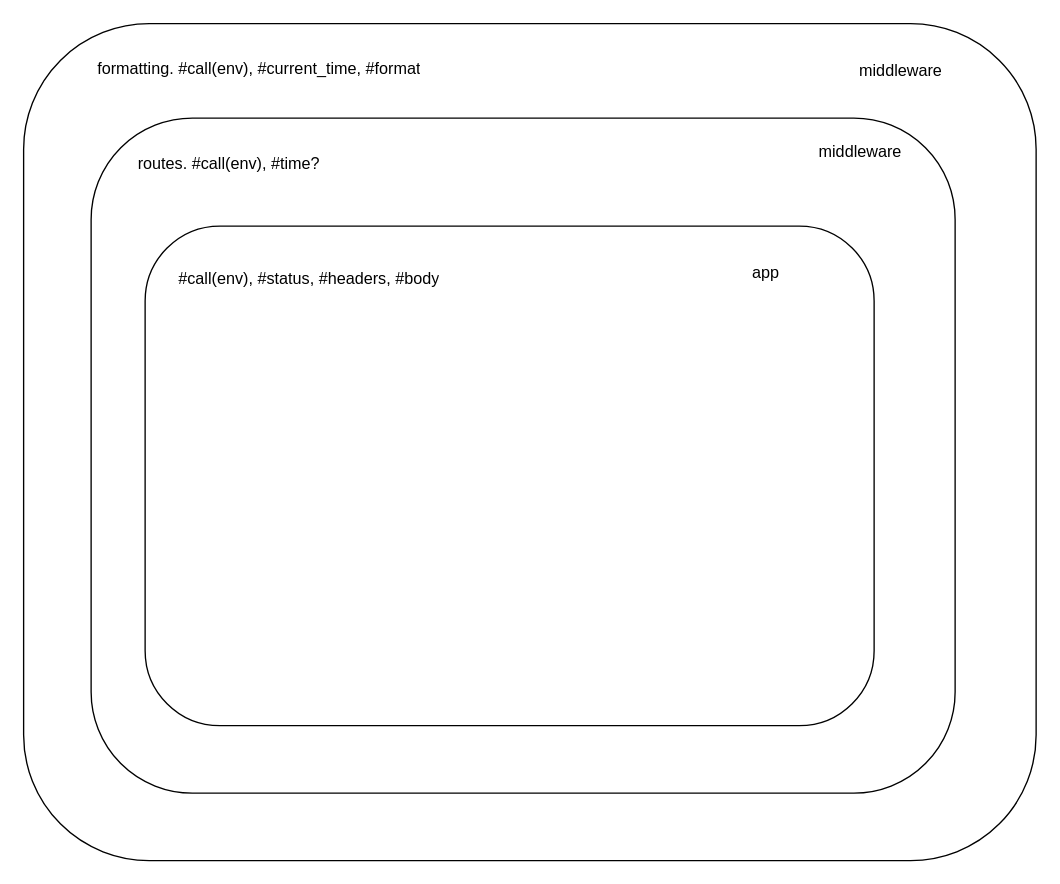
Before: rack_time_format.drawio in DaniyarKulmanov/simple_rack_app, a draw.io diagram. Source tidied: cells renumbered, new cells numbered last; positions are measured from the earlier drawing's top-left corner, leaving out a move shared by most shapes. Both pictures are drawn from the tidied source at 135%, with x=0, y=0 at pixel (23, 23).
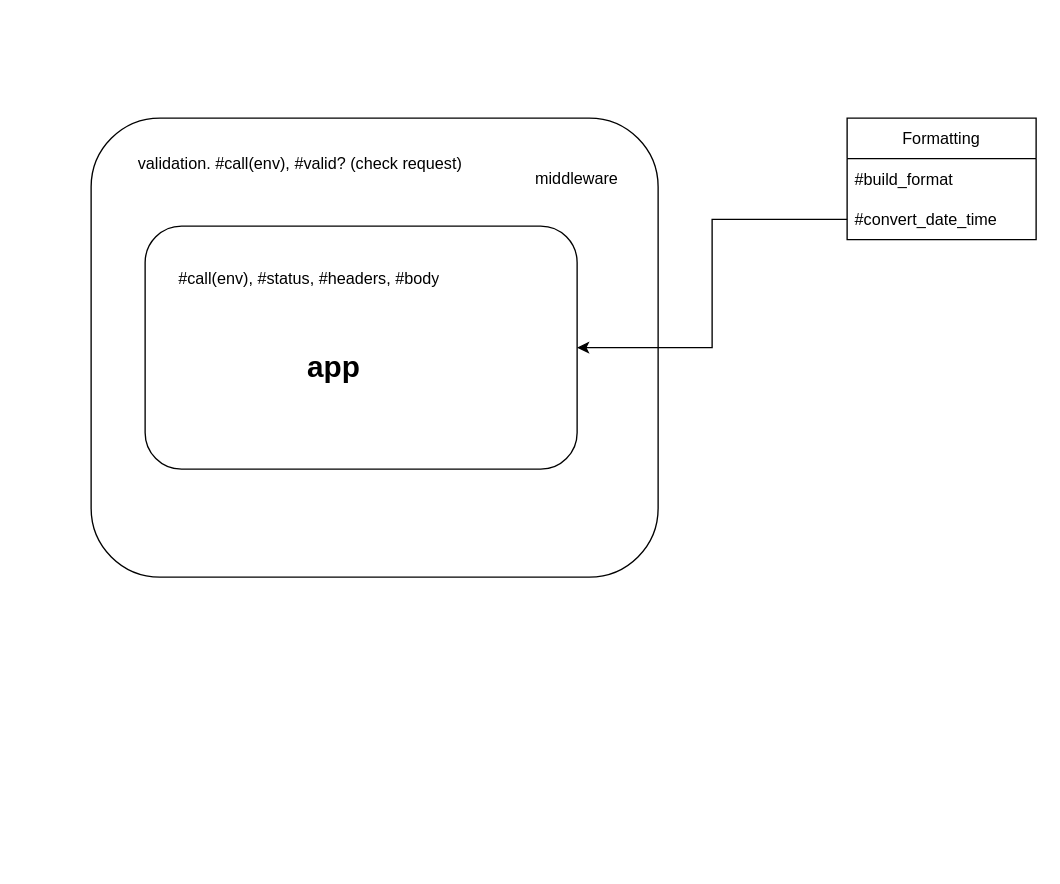
The same page after the edit.

What changed in the source:
```diff
@@
 <mxGraphModel>
   <root>
     <mxCell id="0" />
     <mxCell id="1" parent="0" />
-    <mxCell id="2" style="rounded=1;whiteSpace=wrap;html=1;" parent="1" vertex="1">
-      <mxGeometry width="750" height="620" as="geometry" />
-    </mxCell>
-    <mxCell id="3" value="middleware" style="text;html=1;strokeColor=none;fillColor=none;align=center;verticalAlign=middle;whiteSpace=wrap;rounded=0;" parent="1" vertex="1">
-      <mxGeometry x="590" y="20" width="120" height="30" as="geometry" />
-    </mxCell>
     <mxCell id="4" style="rounded=1;whiteSpace=wrap;html=1;" parent="1" vertex="1">
-      <mxGeometry x="50" y="70" width="640" height="500" as="geometry" />
+      <mxGeometry x="50" y="70" width="420" height="340" as="geometry" />
     </mxCell>
-    <mxCell id="5" value="&lt;h1&gt;&lt;span style=&quot;font-size: 12px ; font-weight: 400&quot;&gt;routes. #call(env), #time?&lt;/span&gt;&lt;br&gt;&lt;/h1&gt;" style="text;html=1;strokeColor=none;fillColor=none;spacing=5;spacingTop=-20;whiteSpace=wrap;overflow=hidden;rounded=0;" parent="1" vertex="1">
+    <mxCell id="5" value="&lt;h1&gt;&lt;span style=&quot;font-size: 12px ; font-weight: 400&quot;&gt;validation. #call(env), #valid? (check request)&lt;/span&gt;&lt;br&gt;&lt;/h1&gt;" style="text;html=1;strokeColor=none;fillColor=none;spacing=5;spacingTop=-20;whiteSpace=wrap;overflow=hidden;rounded=0;" parent="1" vertex="1">
       <mxGeometry x="80" y="80" width="500" height="40" as="geometry" />
     </mxCell>
-    <mxCell id="6" value="&lt;h1&gt;&lt;span style=&quot;font-size: 12px ; font-weight: 400&quot;&gt;formatting. #call(env), #current_time, #format&lt;/span&gt;&lt;br&gt;&lt;/h1&gt;" style="text;html=1;strokeColor=none;fillColor=none;spacing=5;spacingTop=-20;whiteSpace=wrap;overflow=hidden;rounded=0;" parent="1" vertex="1">
-      <mxGeometry x="50" y="10" width="500" height="40" as="geometry" />
-    </mxCell>
     <mxCell id="7" value="middleware" style="text;html=1;strokeColor=none;fillColor=none;align=center;verticalAlign=middle;whiteSpace=wrap;rounded=0;" parent="1" vertex="1">
-      <mxGeometry x="560" y="80" width="120" height="30" as="geometry" />
+      <mxGeometry x="350" y="100" width="120" height="30" as="geometry" />
     </mxCell>
     <mxCell id="8" style="rounded=1;whiteSpace=wrap;html=1;" parent="1" vertex="1">
-      <mxGeometry x="90" y="150" width="540" height="370" as="geometry" />
+      <mxGeometry x="90" y="150" width="320" height="180" as="geometry" />
     </mxCell>
-    <mxCell id="9" value="app" style="text;html=1;strokeColor=none;fillColor=none;align=center;verticalAlign=middle;whiteSpace=wrap;rounded=0;" parent="1" vertex="1">
-      <mxGeometry x="490" y="170" width="120" height="30" as="geometry" />
+    <mxCell id="9" value="app" style="text;html=1;strokeColor=none;fillColor=none;align=center;verticalAlign=middle;whiteSpace=wrap;rounded=0;fontSize=22;fontStyle=1;" parent="1" vertex="1">
+      <mxGeometry x="170" y="240" width="120" height="30" as="geometry" />
     </mxCell>
     <mxCell id="10" value="&lt;h1&gt;&lt;span style=&quot;font-size: 12px ; font-weight: 400&quot;&gt;#call(env), #status, #headers, #body&lt;/span&gt;&lt;br&gt;&lt;/h1&gt;" style="text;html=1;strokeColor=none;fillColor=none;spacing=5;spacingTop=-20;whiteSpace=wrap;overflow=hidden;rounded=0;" parent="1" vertex="1">
-      <mxGeometry x="110" y="165" width="500" height="40" as="geometry" />
+      <mxGeometry x="110" y="165" width="270" height="45" as="geometry" />
     </mxCell>
+    <mxCell id="11" value="Formatting" style="swimlane;fontStyle=0;horizontal=1;startSize=30;" parent="1" vertex="1">
+      <mxGeometry x="610" y="70" width="140" height="90" as="geometry" />
+    </mxCell>
+    <mxCell id="12" value="#build_format" style="text;strokeColor=none;fillColor=none;align=left;verticalAlign=middle;spacingLeft=4;spacingRight=4;overflow=hidden;" parent="11" vertex="1">
+      <mxGeometry y="30" width="140" height="30" as="geometry" />
+    </mxCell>
+    <mxCell id="13" value="#convert_date_time" style="text;strokeColor=none;fillColor=none;align=left;verticalAlign=middle;spacingLeft=4;spacingRight=4;overflow=hidden;points=[[0,0.5],[1,0.5]];portConstraint=eastwest;" parent="11" vertex="1">
+      <mxGeometry y="60" width="140" height="30" as="geometry" />
+    </mxCell>
+    <mxCell id="14" style="edgeStyle=orthogonalEdgeStyle;rounded=0;jettySize=auto;html=1;entryX=1;entryY=0.5;entryDx=0;entryDy=0;" parent="1" edge="1" source="13" target="8">
+      <mxGeometry relative="1" as="geometry" />
+    </mxCell>
   </root>
 </mxGraphModel>
```
